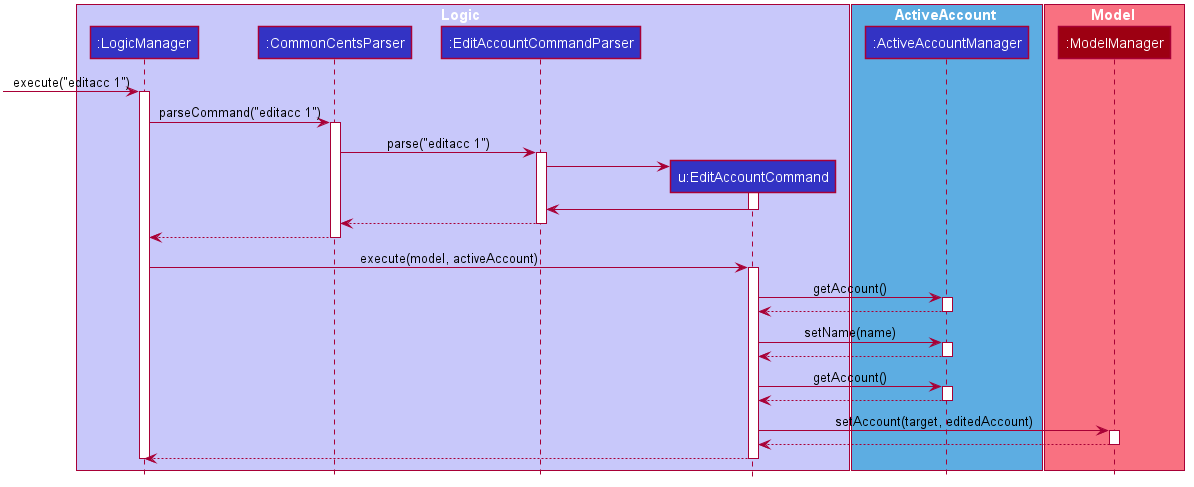
This is docs/images/EditAccountSequenceDiagram.png from nus-cs2103-AY2021S1/tp, a PlantUML export, as it was before one commit. Its diagram source:
```plantuml
@startuml









skinparam BackgroundColor #FFFFFFF

skinparam Shadowing false

skinparam Class {
    FontColor #FFFFFF
    BorderThickness 1
    BorderColor #FFFFFF
    StereotypeFontColor #FFFFFF
    FontName Arial
}

skinparam Actor {
    BorderColor #000000
    Color #000000
    FontName Arial
}

skinparam Sequence {
    MessageAlign center
    BoxFontSize 15
    BoxPadding 0
    BoxFontColor #FFFFFF
    FontName Arial
}

skinparam Participant {
    FontColor #FFFFFFF
    Padding 20
}

skinparam MinClassWidth 50
skinparam ParticipantPadding 10
skinparam Shadowing false
skinparam DefaultTextAlignment center
skinparam packageStyle Rectangle

hide footbox
hide members
hide circle

box Logic #C8C8FA
participant ":LogicManager" as LogicManager #3333C4
participant ":CommonCentsParser" as CommonCentsParser #3333C4
participant ":EditAccountCommandParser" as EditAccountCommandParser #3333C4
participant "u:EditAccountCommand" as EditAccountCommand #3333C4
end box

box ActiveAccount #5DADE2
participant ":ActiveAccountManager" as ActiveAccount #3333C4
end box

box Model #F97181
participant ":ModelManager" as Model #9D0012
end box

[-> LogicManager : execute("editacc 1")
activate LogicManager

LogicManager -> CommonCentsParser: parseCommand("editacc 1")
activate CommonCentsParser

CommonCentsParser -> EditAccountCommandParser: parse("editacc 1")
activate EditAccountCommandParser

create EditAccountCommand
EditAccountCommandParser -> EditAccountCommand
activate EditAccountCommand

EditAccountCommand -> EditAccountCommandParser
deactivate EditAccountCommand

EditAccountCommandParser --> CommonCentsParser
deactivate EditAccountCommandParser

CommonCentsParser --> LogicManager
deactivate CommonCentsParser

LogicManager -> EditAccountCommand: execute(model, activeAccount)
activate EditAccountCommand

EditAccountCommand -> ActiveAccount: getAccount()
activate ActiveAccount

ActiveAccount --> EditAccountCommand
deactivate ActiveAccount

EditAccountCommand -> ActiveAccount: setName(name)
activate ActiveAccount

ActiveAccount --> EditAccountCommand
deactivate ActiveAccount

EditAccountCommand -> ActiveAccount: getAccount()
activate ActiveAccount

ActiveAccount --> EditAccountCommand
deactivate ActiveAccount

EditAccountCommand -> Model: setAccount(target, editedAccount)
activate Model

Model --> EditAccountCommand
deactivate Model

EditAccountCommand --> LogicManager
deactivate EditAccountCommand

deactivate LogicManager
@enduml
```
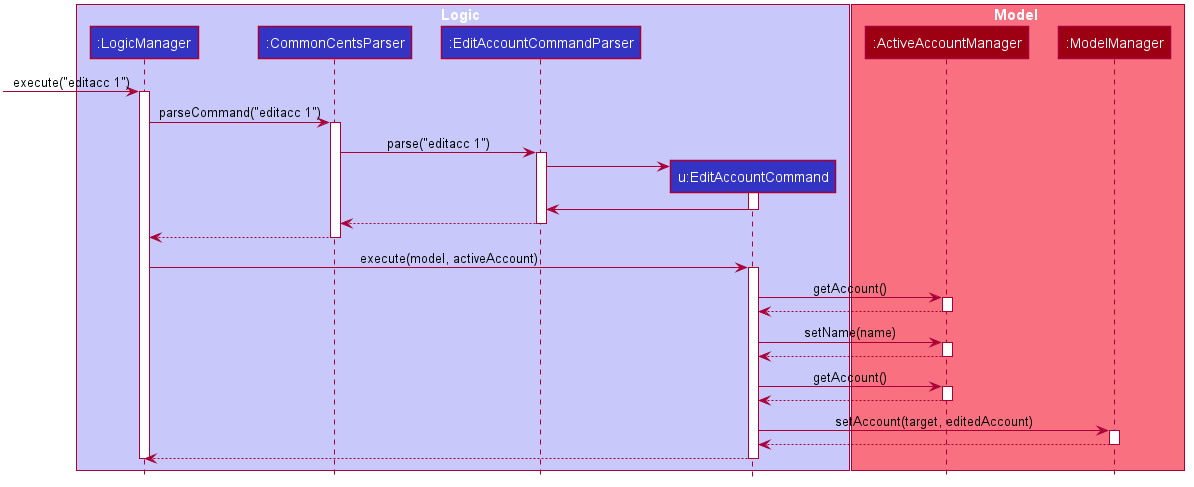
Later version of the same file.

The edit, as a diff of the source:
```diff
@@ -56,11 +56,9 @@
 participant "u:EditAccountCommand" as EditAccountCommand #3333C4
 end box
 
-box ActiveAccount #5DADE2
-participant ":ActiveAccountManager" as ActiveAccount #3333C4
-end box
 
 box Model #F97181
+participant ":ActiveAccountManager" as ActiveAccount #9D0012
 participant ":ModelManager" as Model #9D0012
 end box
 
```
